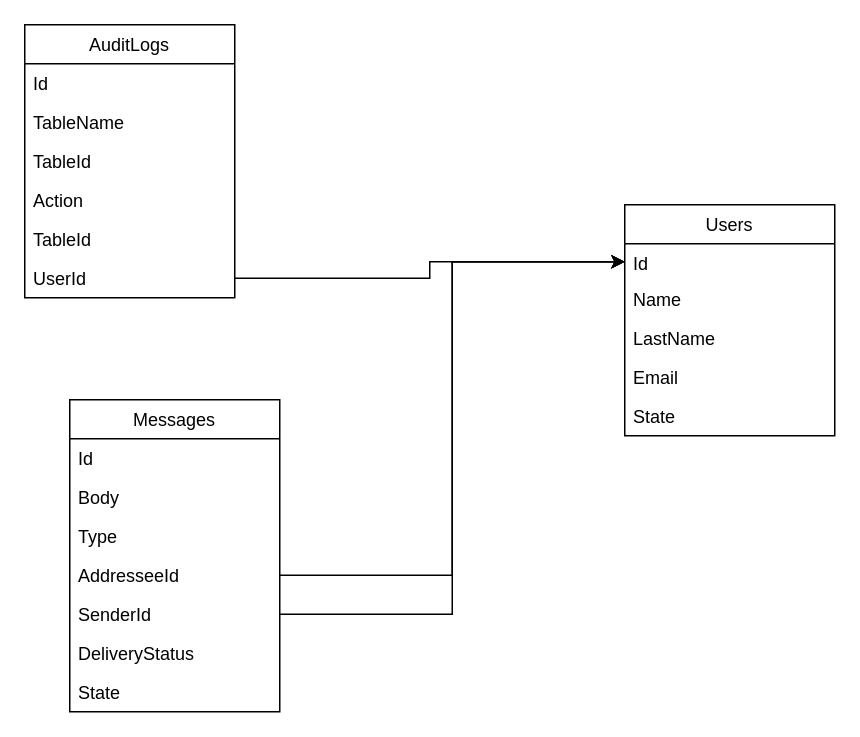
Above: DbDiagram.drawio in jalejomg/MVM_Alpha_Tecnical_Test (draw.io), before the change. Source tidied: cells renumbered, new cells numbered last; positions are measured from the earlier drawing's top-left corner, leaving out a move shared by most shapes. Both pictures are drawn from the tidied source at 150%, with x=0, y=0 at pixel (24, 24).
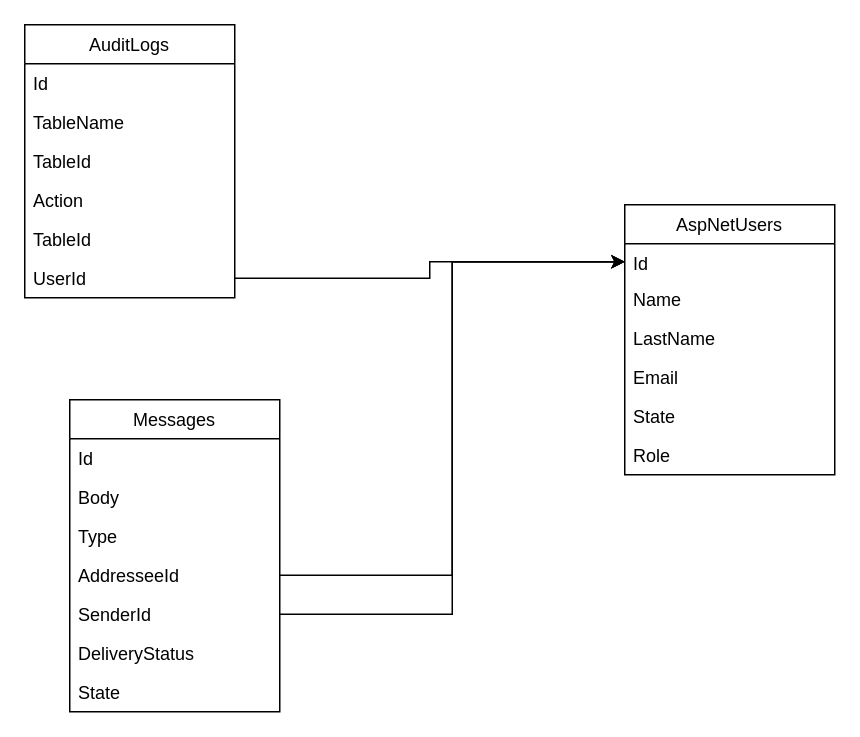
The same diagram, later.

Change to the diagram source:
```diff
@@
-    <mxCell id="10" value="Users" style="swimlane;fontStyle=0;horizontal=1;startSize=26;fillColor=none;" parent="1" vertex="1">
-      <mxGeometry x="400" y="120" width="140" height="154" as="geometry" />
+    <mxCell id="10" value="AspNetUsers" style="swimlane;fontStyle=0;horizontal=1;startSize=26;fillColor=none;" parent="1" vertex="1">
+      <mxGeometry x="400" y="120" width="140" height="180" as="geometry" />
     </mxCell>
@@
+    <mxCell id="26" value="Role" style="text;strokeColor=none;fillColor=none;align=left;verticalAlign=top;spacingLeft=4;spacingRight=4;overflow=hidden;" parent="10" vertex="1">
+      <mxGeometry y="154" width="140" height="26" as="geometry" />
+    </mxCell>
```
